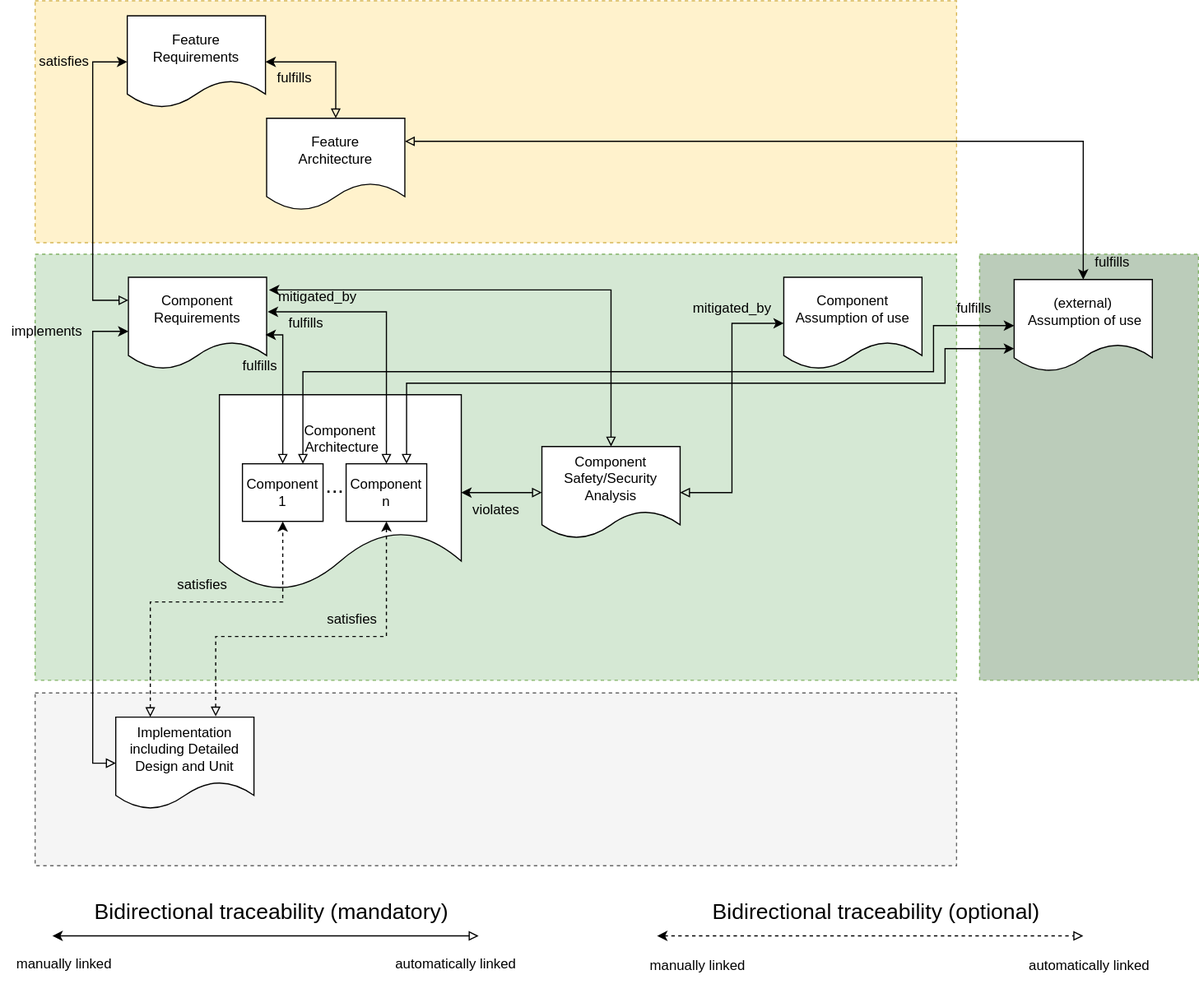
The draw.io diagram main/_images/score_traceability_model_cmp_overview_2.drawio.svg in eclipse-score/process_description, before a commit. Source tidied: cells renumbered, new cells last; positions are measured from the earlier drawing's top-left corner, leaving out a move shared by most shapes.
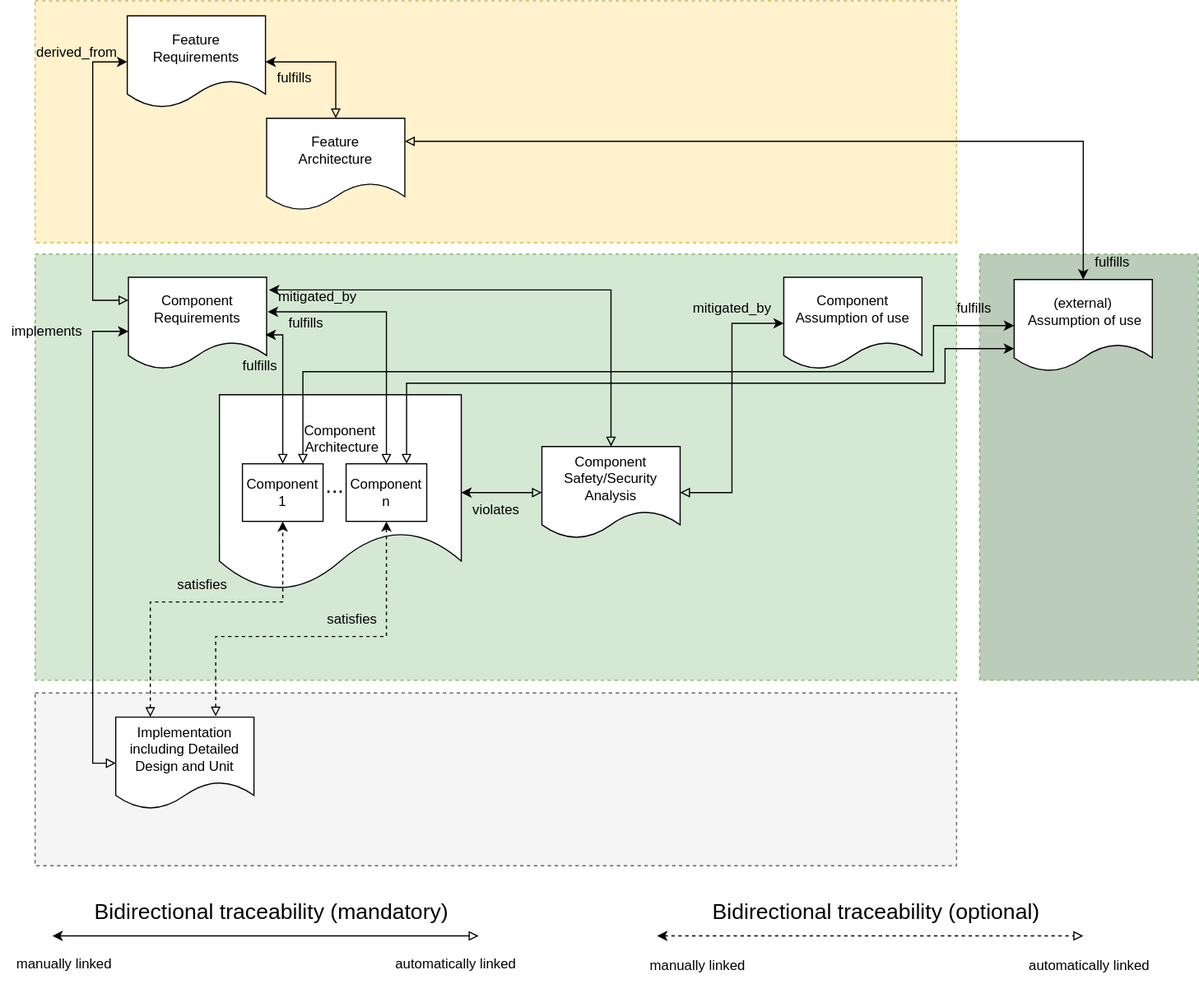
The same file after the commit.

Diff of the diagram source:
```diff
@@ -173,8 +173,8 @@
     <mxCell id="43" value="fulfills" style="text;html=1;align=center;verticalAlign=middle;strokeColor=none;fillColor=none;" parent="1" vertex="1">
       <mxGeometry x="940" y="212" width="50" height="30" as="geometry" />
     </mxCell>
-    <mxCell id="44" value="satisfies" style="text;html=1;align=center;verticalAlign=middle;strokeColor=none;fillColor=none;" parent="1" vertex="1">
-      <mxGeometry x="20" y="38" width="70" height="30" as="geometry" />
+    <mxCell id="44" value="derived_from" style="text;html=1;align=center;verticalAlign=middle;strokeColor=none;fillColor=none;" parent="1" vertex="1">
+      <mxGeometry x="21" y="30" width="90" height="30" as="geometry" />
     </mxCell>
     <mxCell id="45" value="fulfills" style="text;html=1;align=center;verticalAlign=middle;strokeColor=none;fillColor=none;" parent="1" vertex="1">
       <mxGeometry x="230" y="52" width="50" height="30" as="geometry" />
```
